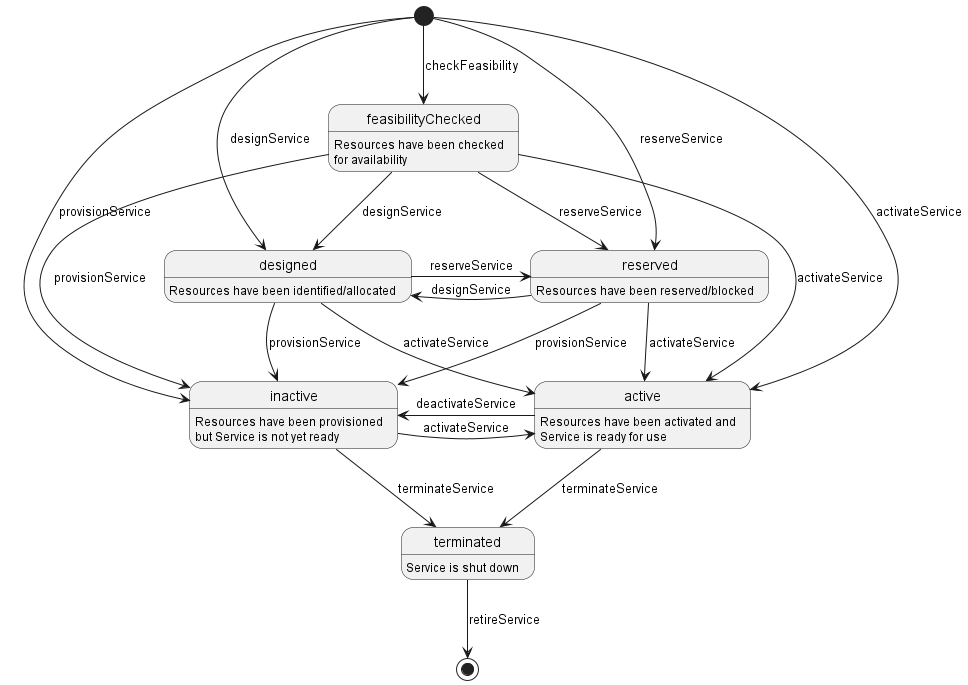
Earlier version of the PlantUML export documentation/serviceApi/inventory/media/serviceState.png (MEF-GIT/MEF-LSO-Legato-SDK).
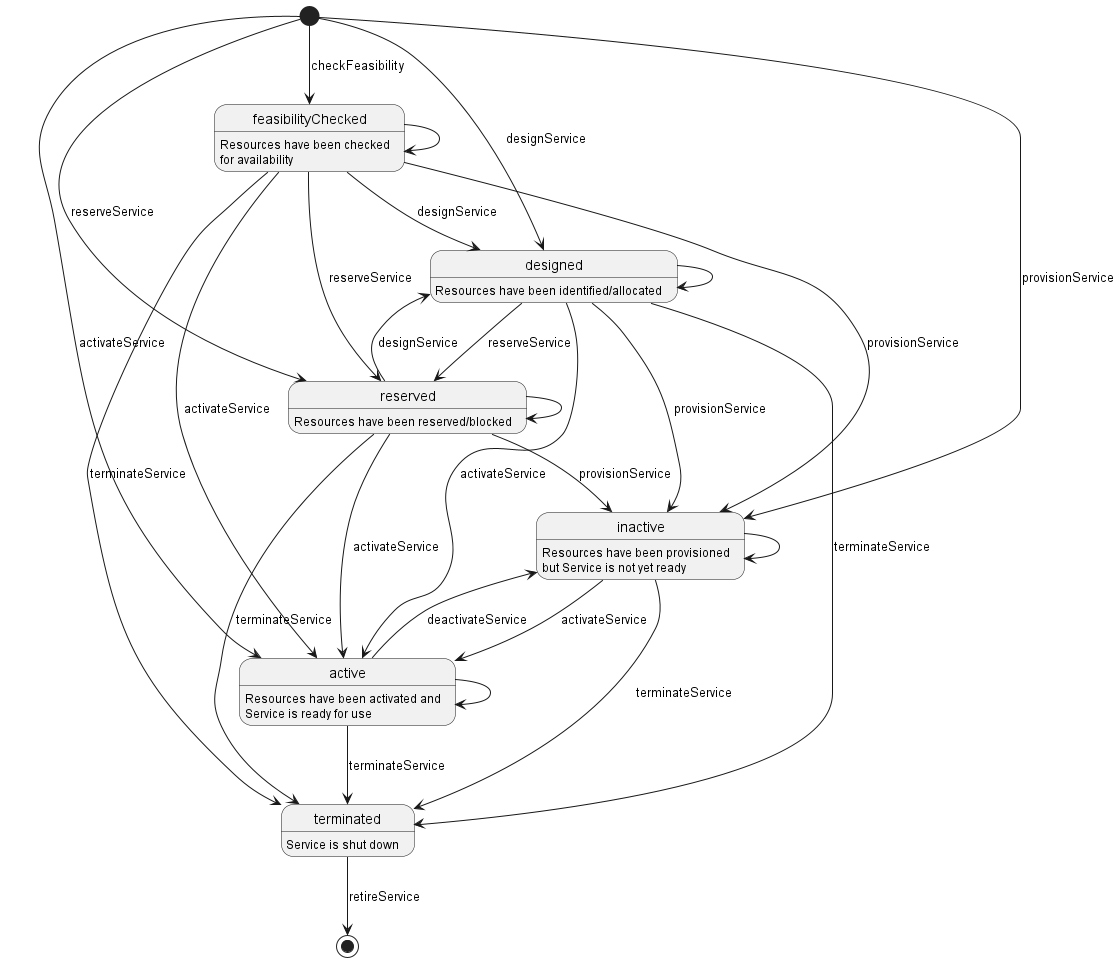
After the commit.

Diff of the diagram source:
```diff
@@ -1,5 +1,4 @@
 @startuml
-
 
 state feasibilityChecked : Resources have been checked\nfor availability
 state designed : Resources have been identified/allocated
@@ -18,22 +17,30 @@
 feasibilityChecked --> designed : designService
 feasibilityChecked --> reserved : reserveService
 feasibilityChecked --> inactive : provisionService
-feasibilityChecked --> active : activateService
+feasibilityChecked -down-> active : activateService
+feasibilityChecked --> feasibilityChecked
 
-designed -> reserved : reserveService
+designed -right-> reserved : reserveService
 designed --> inactive : provisionService
 designed --> active : activateService
+designed --> designed
 
-reserved -> designed : designService
+reserved -d-> designed : designService
 reserved --> inactive : provisionService
 reserved --> active : activateService
+reserved --> reserved
 
-inactive -right-> active : activateService
+inactive -d-> active : activateService
 inactive --> terminated : terminateService
+inactive --> inactive
 
 active -left-> inactive : deactivateService
 active --> terminated : terminateService
+active --> active
 
+feasibilityChecked --> terminated : terminateService
+designed -down-> terminated : terminateService
+reserved -down-> terminated : terminateService
 
 terminated --> [*] : retireService
 
```
